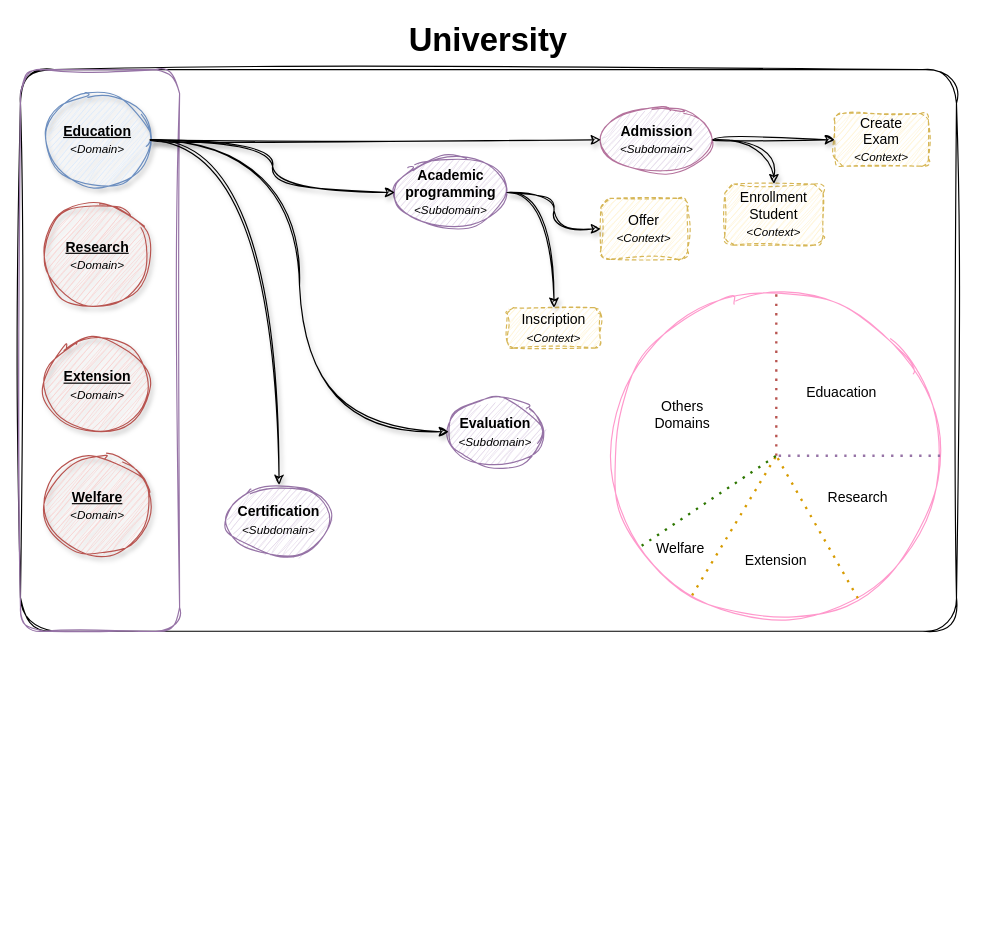
This is page "Big Picture" (1 of 5) of DDD University - Sofka.drawio from training-practice-sofkau/C1-2023-DDD-Colombia, a draw.io file, before an edit. Source tidied: cells renumbered, new cells numbered last; positions are measured from the earlier drawing's top-left corner, leaving out a move shared by most shapes. Both pictures are drawn from the tidied source at 117%, with x=0, y=0 at pixel (20, 22).
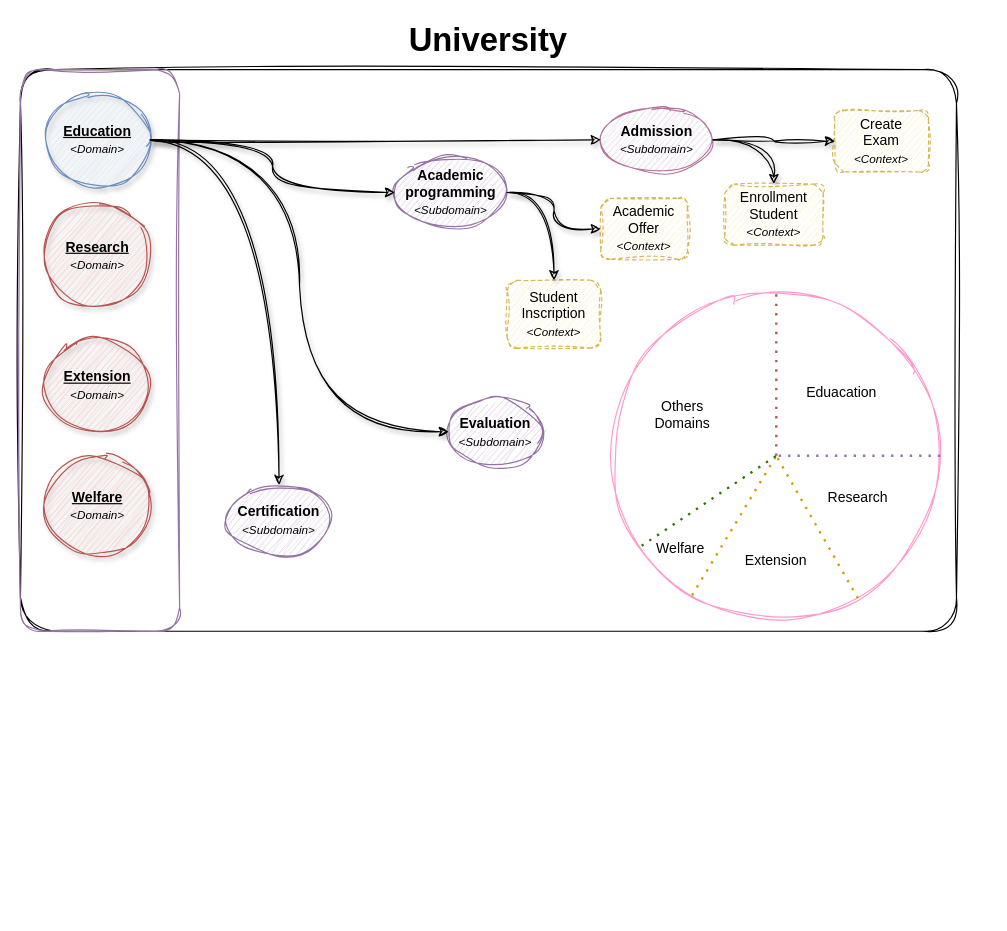
The same page after the edit.

Change to the diagram source:
```diff
@@
-    <mxCell id="26" value="Inscription&lt;br&gt;&lt;i style=&quot;font-size: 10px;&quot;&gt;&amp;lt;Context&amp;gt;&lt;/i&gt;" style="rounded=1;whiteSpace=wrap;html=1;fillColor=#fff2cc;strokeColor=#d6b656;sketch=1;curveFitting=1;jiggle=2;dashed=1;" parent="1" vertex="1">
-      <mxGeometry x="416" y="243.5" width="80" height="34.5" as="geometry" />
+    <mxCell id="26" value="Student&lt;br&gt;Inscription&lt;br&gt;&lt;i style=&quot;font-size: 10px;&quot;&gt;&amp;lt;Context&amp;gt;&lt;/i&gt;" style="rounded=1;whiteSpace=wrap;html=1;fillColor=#fff2cc;strokeColor=#d6b656;sketch=1;curveFitting=1;jiggle=2;dashed=1;" parent="1" vertex="1">
+      <mxGeometry x="416" y="220" width="80" height="58" as="geometry" />
     </mxCell>
-    <mxCell id="27" value="Offer&lt;br&gt;&lt;i style=&quot;border-color: var(--border-color); font-size: 10px;&quot;&gt;&amp;lt;Context&amp;gt;&lt;/i&gt;" style="rounded=1;whiteSpace=wrap;html=1;fillColor=#fff2cc;strokeColor=#d6b656;glass=0;shadow=0;sketch=1;curveFitting=1;jiggle=2;dashed=1;" parent="1" vertex="1">
+    <mxCell id="27" value="Academic Offer&lt;br&gt;&lt;i style=&quot;border-color: var(--border-color); font-size: 10px;&quot;&gt;&amp;lt;Context&amp;gt;&lt;/i&gt;" style="rounded=1;whiteSpace=wrap;html=1;fillColor=#fff2cc;strokeColor=#d6b656;glass=0;shadow=0;sketch=1;curveFitting=1;jiggle=2;dashed=1;" parent="1" vertex="1">
       <mxGeometry x="496" y="150" width="74" height="52.2" as="geometry" />
     </mxCell>
     <mxCell id="28" value="&lt;font style=&quot;&quot;&gt;Create&lt;br&gt;Exam&lt;br&gt;&lt;i style=&quot;font-size: 10px;&quot;&gt;&amp;lt;Context&amp;gt;&lt;/i&gt;&lt;/font&gt;" style="rounded=1;whiteSpace=wrap;html=1;shadow=0;fillColor=#fff2cc;strokeColor=#d6b656;sketch=1;curveFitting=1;jiggle=2;dashed=1;" parent="1" vertex="1">
-      <mxGeometry x="696" y="77.5" width="80" height="45" as="geometry" />
+      <mxGeometry x="696" y="75" width="80" height="52.5" as="geometry" />
     </mxCell>
```
